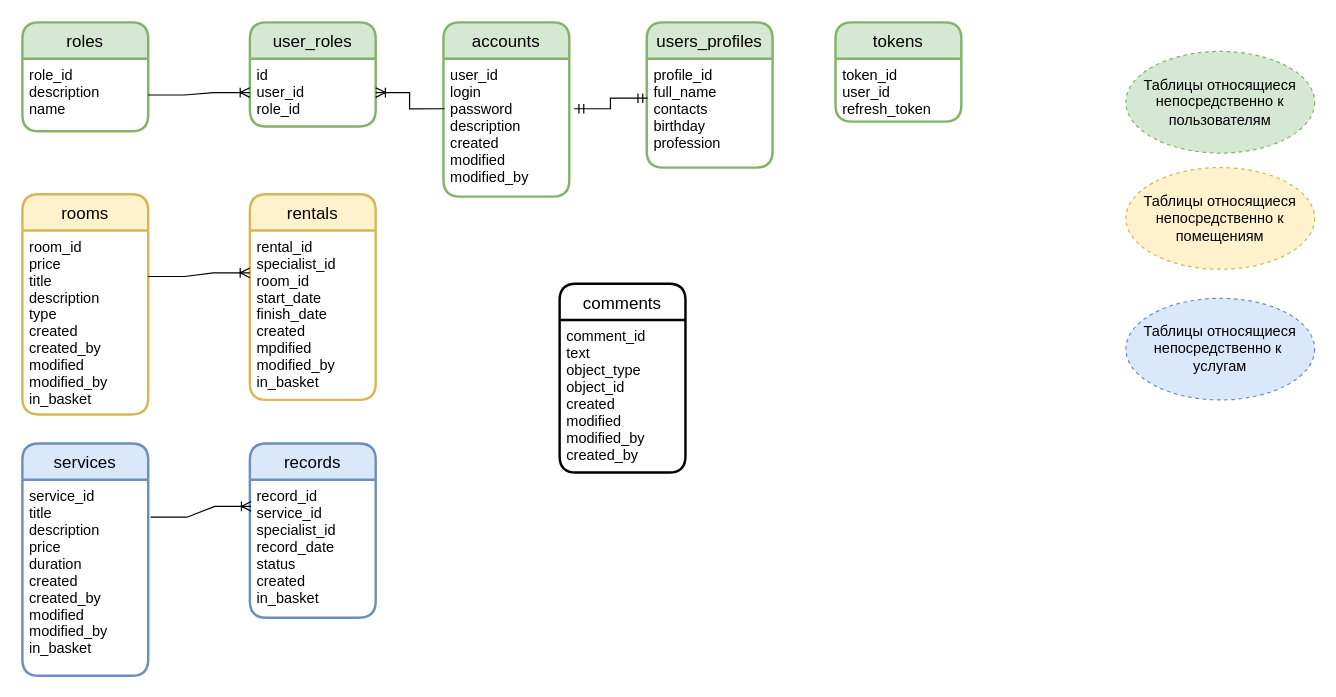
The draw.io diagram db_schema.drawio in LeksinaAnna/self-employed-services, before the edit. Source tidied: cells renumbered, new cells numbered last; positions are measured from the earlier drawing's top-left corner, leaving out a move shared by most shapes. Both pictures are drawn from the tidied source at 121%, with x=0, y=0 at pixel (22, 22).
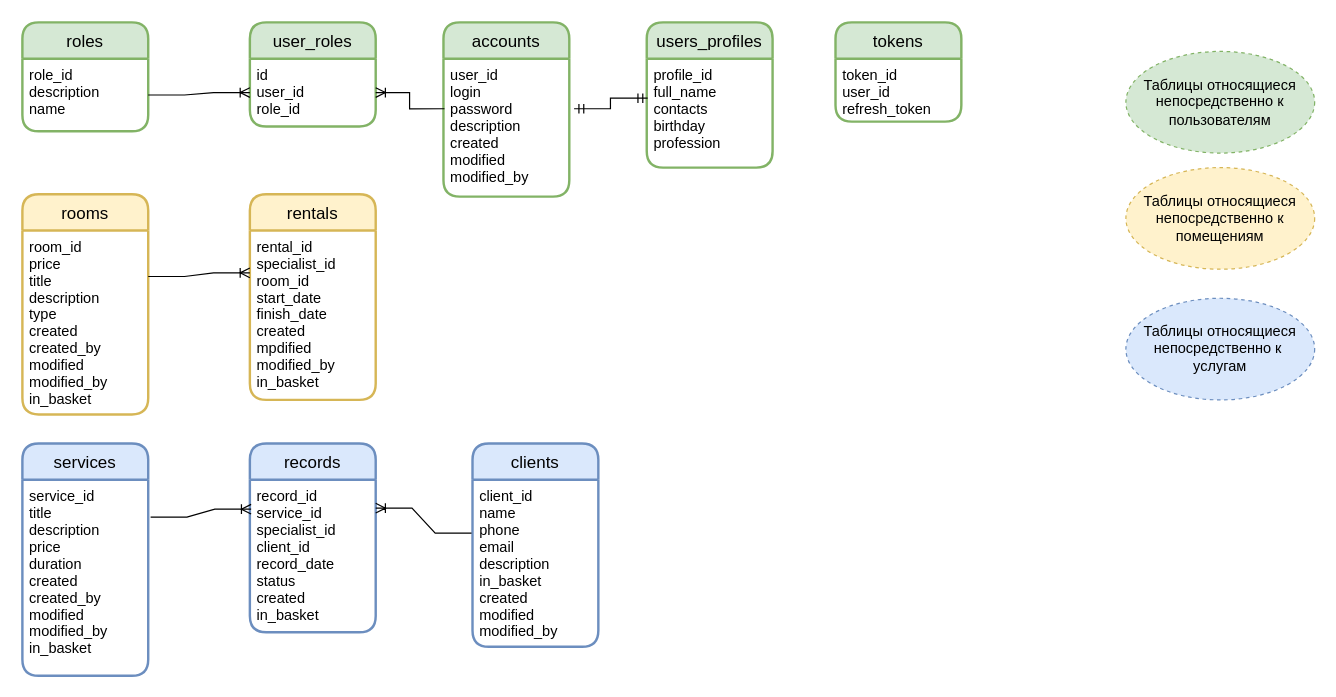
The same page after the edit.

What changed in the source:
```diff
@@
     <mxCell id="10" value="records" style="swimlane;horizontal=1;startSize=30;rounded=1;fontSize=14;fontStyle=0;strokeWidth=2;shadow=0;dashed=0;align=center;fillColor=#dae8fc;strokeColor=#6c8ebf;" parent="1" vertex="1">
-      <mxGeometry x="188" y="348" width="104" height="144" as="geometry" />
+      <mxGeometry x="188" y="348" width="104" height="156" as="geometry" />
     </mxCell>
-    <mxCell id="11" value="record_id&#10;service_id&#10;specialist_id&#10;record_date&#10;status&#10;created&#10;in_basket" style="align=left;strokeColor=none;fillColor=none;spacingLeft=4;fontSize=12;verticalAlign=top;" parent="10" vertex="1">
-      <mxGeometry y="30" width="104" height="114" as="geometry" />
+    <mxCell id="11" value="record_id&#10;service_id&#10;specialist_id&#10;client_id&#10;record_date&#10;status&#10;created&#10;in_basket" style="align=left;strokeColor=none;fillColor=none;spacingLeft=4;fontSize=12;verticalAlign=top;" parent="10" vertex="1">
+      <mxGeometry y="30" width="104" height="126" as="geometry" />
     </mxCell>
@@
-    <mxCell id="27" value="comments" style="swimlane;horizontal=1;startSize=30;rounded=1;fontSize=14;fontStyle=0;strokeWidth=2;shadow=0;dashed=0;align=center;" parent="1" vertex="1">
-      <mxGeometry x="444" y="216" width="104" height="156" as="geometry" />
-    </mxCell>
-    <mxCell id="28" value="comment_id&#10;text&#10;object_type&#10;object_id&#10;created&#10;modified&#10;modified_by&#10;created_by" style="align=left;strokeColor=none;fillColor=none;spacingLeft=4;fontSize=12;verticalAlign=top;" parent="27" vertex="1">
-      <mxGeometry y="30" width="104" height="126" as="geometry" />
-    </mxCell>
@@
+    <mxCell id="30" value="clients" style="swimlane;horizontal=1;startSize=30;rounded=1;fontSize=14;fontStyle=0;strokeWidth=2;shadow=0;dashed=0;align=center;fillColor=#dae8fc;strokeColor=#6c8ebf;" parent="1" vertex="1">
+      <mxGeometry x="372" y="348" width="104" height="168" as="geometry" />
+    </mxCell>
+    <mxCell id="31" value="client_id&#10;name&#10;phone&#10;email&#10;description&#10;in_basket&#10;created&#10;modified&#10;modified_by" style="align=left;strokeColor=none;fillColor=none;spacingLeft=4;fontSize=12;verticalAlign=top;" parent="30" vertex="1">
+      <mxGeometry y="30" width="104" height="138" as="geometry" />
+    </mxCell>
+    <mxCell id="32" style="edgeStyle=entityRelationEdgeStyle;fontSize=12;html=1;endArrow=ERoneToMany;rounded=0;exitX=-0.008;exitY=0.32;exitDx=0;exitDy=0;entryX=1;entryY=0.186;entryDx=0;entryDy=0;entryPerimeter=0;exitPerimeter=0;" parent="1" edge="1" source="31" target="11">
+      <mxGeometry relative="1" as="geometry" />
+    </mxCell>
```
